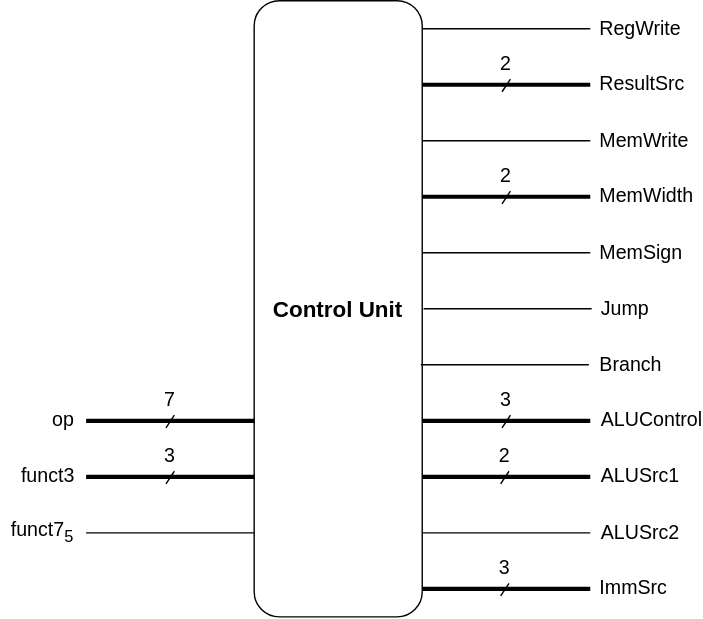
This is .github/pipelined_control_unit.svg from niumuzhi2004/risc-v-uvc, a draw.io export, as it was before one commit. Source tidied: cells renumbered, new cells last; positions are measured from the earlier drawing's top-left corner, leaving out a move shared by most shapes. Source of this version:
```xml
<mxGraphModel>
  <root>
    <mxCell id="0" />
    <mxCell id="1" parent="0" />
    <mxCell id="2" value="&lt;font style=&quot;font-size: 16px;&quot;&gt;&lt;b&gt;Control Unit&lt;/b&gt;&lt;/font&gt;" style="rounded=1;whiteSpace=wrap;html=1;" parent="1" vertex="1">
      <mxGeometry x="181" width="120" height="440" as="geometry" />
    </mxCell>
    <mxCell id="3" style="group;" parent="1" vertex="1">
      <mxGeometry x="11" y="270" width="140" height="44" as="geometry" />
    </mxCell>
    <mxCell id="4" style="endArrow=none;html=1;rounded=0;strokeWidth=3;" parent="3" edge="1">
      <mxGeometry relative="1" as="geometry">
        <mxPoint x="50" y="30" as="sourcePoint" />
        <mxPoint x="170" y="30" as="targetPoint" />
      </mxGeometry>
    </mxCell>
    <mxCell id="5" value="&lt;font&gt;op&lt;/font&gt;" style="text;html=1;whiteSpace=wrap;strokeColor=none;fillColor=none;align=center;verticalAlign=middle;rounded=0;fontSize=14;" parent="3" vertex="1">
      <mxGeometry x="4" y="14" width="60" height="30" as="geometry" />
    </mxCell>
    <mxCell id="6" value="&lt;font style=&quot;font-size: 14px;&quot;&gt;7&lt;/font&gt;" style="text;html=1;whiteSpace=wrap;strokeColor=none;fillColor=none;align=center;verticalAlign=middle;rounded=0;" parent="3" vertex="1">
      <mxGeometry x="80" width="60" height="30" as="geometry" />
    </mxCell>
    <mxCell id="7" style="endArrow=none;html=1;rounded=0;strokeWidth=1;" parent="3" edge="1">
      <mxGeometry relative="1" as="geometry">
        <mxPoint x="107" y="35" as="sourcePoint" />
        <mxPoint x="113" y="26" as="targetPoint" />
      </mxGeometry>
    </mxCell>
    <mxCell id="8" style="group;" parent="1" vertex="1">
      <mxGeometry x="11" y="310" width="140" height="44" as="geometry" />
    </mxCell>
    <mxCell id="9" style="endArrow=none;html=1;rounded=0;strokeWidth=3;" parent="8" edge="1">
      <mxGeometry relative="1" as="geometry">
        <mxPoint x="50" y="30" as="sourcePoint" />
        <mxPoint x="170" y="30" as="targetPoint" />
      </mxGeometry>
    </mxCell>
    <mxCell id="10" value="&lt;font&gt;funct3&lt;/font&gt;" style="text;html=1;whiteSpace=wrap;strokeColor=none;fillColor=none;align=center;verticalAlign=middle;rounded=0;fontSize=14;" parent="8" vertex="1">
      <mxGeometry x="-7" y="14" width="60" height="30" as="geometry" />
    </mxCell>
    <mxCell id="11" value="&lt;font style=&quot;font-size: 14px;&quot;&gt;3&lt;/font&gt;" style="text;html=1;whiteSpace=wrap;strokeColor=none;fillColor=none;align=center;verticalAlign=middle;rounded=0;" parent="8" vertex="1">
      <mxGeometry x="80" width="60" height="30" as="geometry" />
    </mxCell>
    <mxCell id="12" style="endArrow=none;html=1;rounded=0;strokeWidth=1;" parent="8" edge="1">
      <mxGeometry relative="1" as="geometry">
        <mxPoint x="107" y="35" as="sourcePoint" />
        <mxPoint x="113" y="26" as="targetPoint" />
      </mxGeometry>
    </mxCell>
    <mxCell id="13" style="group;" parent="1" vertex="1">
      <mxGeometry x="11" y="350" width="140" height="44" as="geometry" />
    </mxCell>
    <mxCell id="14" style="endArrow=none;html=1;rounded=0;strokeWidth=1;" parent="13" edge="1">
      <mxGeometry relative="1" as="geometry">
        <mxPoint x="50" y="30" as="sourcePoint" />
        <mxPoint x="170" y="30" as="targetPoint" />
      </mxGeometry>
    </mxCell>
    <mxCell id="15" value="&lt;font&gt;funct7&lt;sub&gt;5&lt;/sub&gt;&lt;/font&gt;" style="text;html=1;whiteSpace=wrap;strokeColor=none;fillColor=none;align=center;verticalAlign=middle;rounded=0;fontSize=14;" parent="13" vertex="1">
      <mxGeometry x="-11" y="14" width="60" height="30" as="geometry" />
    </mxCell>
    <mxCell id="16" value="&lt;font&gt;ResultSrc&lt;/font&gt;" style="text;html=1;whiteSpace=wrap;strokeColor=none;fillColor=none;align=left;verticalAlign=middle;rounded=0;fontSize=14;" parent="1" vertex="1">
      <mxGeometry x="426" y="44" width="60" height="30" as="geometry" />
    </mxCell>
    <mxCell id="17" style="group;" parent="1" vertex="1">
      <mxGeometry x="331" y="30" width="60" height="30" as="geometry" />
    </mxCell>
    <mxCell id="18" style="endArrow=none;html=1;rounded=0;strokeWidth=3;" parent="17" edge="1">
      <mxGeometry relative="1" as="geometry">
        <mxPoint x="-30" y="30" as="sourcePoint" />
        <mxPoint x="90" y="30" as="targetPoint" />
      </mxGeometry>
    </mxCell>
    <mxCell id="19" value="&lt;font style=&quot;font-size: 14px;&quot;&gt;2&lt;/font&gt;" style="text;html=1;whiteSpace=wrap;strokeColor=none;fillColor=none;align=center;verticalAlign=middle;rounded=0;" parent="17" vertex="1">
      <mxGeometry width="60" height="30" as="geometry" />
    </mxCell>
    <mxCell id="20" style="endArrow=none;html=1;rounded=0;strokeWidth=1;" parent="17" edge="1">
      <mxGeometry relative="1" as="geometry">
        <mxPoint x="27" y="35" as="sourcePoint" />
        <mxPoint x="33" y="26" as="targetPoint" />
      </mxGeometry>
    </mxCell>
    <mxCell id="21" style="group;" parent="1" vertex="1">
      <mxGeometry x="427" y="5" width="60" height="30" as="geometry" />
    </mxCell>
    <mxCell id="22" style="endArrow=none;html=1;rounded=0;strokeWidth=1;" parent="21" edge="1">
      <mxGeometry relative="1" as="geometry">
        <mxPoint x="-126" y="15" as="sourcePoint" />
        <mxPoint x="-6" y="15" as="targetPoint" />
      </mxGeometry>
    </mxCell>
    <mxCell id="23" value="RegWrite" style="text;html=1;whiteSpace=wrap;strokeColor=none;fillColor=none;align=center;verticalAlign=middle;rounded=0;fontSize=14;" parent="21" vertex="1">
      <mxGeometry width="60" height="30" as="geometry" />
    </mxCell>
    <mxCell id="24" style="group;align=left;" parent="1" vertex="1">
      <mxGeometry x="426" y="85" width="60" height="30" as="geometry" />
    </mxCell>
    <mxCell id="25" style="endArrow=none;html=1;rounded=0;strokeWidth=1;" parent="24" edge="1">
      <mxGeometry relative="1" as="geometry">
        <mxPoint x="-125" y="15" as="sourcePoint" />
        <mxPoint x="-5" y="15" as="targetPoint" />
      </mxGeometry>
    </mxCell>
    <mxCell id="26" value="MemWrite" style="text;html=1;whiteSpace=wrap;strokeColor=none;fillColor=none;align=left;verticalAlign=middle;rounded=0;fontSize=14;" parent="24" vertex="1">
      <mxGeometry width="60" height="30" as="geometry" />
    </mxCell>
    <mxCell id="27" style="group;align=left;" parent="1" vertex="1">
      <mxGeometry x="428" y="205" width="60" height="30" as="geometry" />
    </mxCell>
    <mxCell id="28" style="endArrow=none;html=1;rounded=0;strokeWidth=1;" parent="27" edge="1">
      <mxGeometry relative="1" as="geometry">
        <mxPoint x="-126" y="15" as="sourcePoint" />
        <mxPoint x="-6" y="15" as="targetPoint" />
      </mxGeometry>
    </mxCell>
    <mxCell id="29" value="Jump" style="text;html=1;whiteSpace=wrap;strokeColor=none;fillColor=none;align=left;verticalAlign=middle;rounded=0;fontSize=14;" parent="27" vertex="1">
      <mxGeometry x="-1" width="60" height="30" as="geometry" />
    </mxCell>
    <mxCell id="30" style="group;align=left;" parent="1" vertex="1">
      <mxGeometry x="426" y="245" width="60" height="30" as="geometry" />
    </mxCell>
    <mxCell id="31" style="endArrow=none;html=1;rounded=0;strokeWidth=1;" parent="30" edge="1">
      <mxGeometry relative="1" as="geometry">
        <mxPoint x="-126" y="15" as="sourcePoint" />
        <mxPoint x="-6" y="15" as="targetPoint" />
      </mxGeometry>
    </mxCell>
    <mxCell id="32" value="Branch" style="text;html=1;whiteSpace=wrap;strokeColor=none;fillColor=none;align=left;verticalAlign=middle;rounded=0;fontSize=14;" parent="30" vertex="1">
      <mxGeometry width="60" height="30" as="geometry" />
    </mxCell>
    <mxCell id="33" value="&lt;font&gt;ALUControl&lt;/font&gt;" style="text;html=1;whiteSpace=wrap;strokeColor=none;fillColor=none;align=left;verticalAlign=middle;rounded=0;fontSize=14;" parent="1" vertex="1">
      <mxGeometry x="427" y="284" width="60" height="30" as="geometry" />
    </mxCell>
    <mxCell id="34" style="group;" parent="1" vertex="1">
      <mxGeometry x="331" y="270" width="60" height="30" as="geometry" />
    </mxCell>
    <mxCell id="35" style="endArrow=none;html=1;rounded=0;strokeWidth=3;" parent="34" edge="1">
      <mxGeometry relative="1" as="geometry">
        <mxPoint x="-30" y="30" as="sourcePoint" />
        <mxPoint x="90" y="30" as="targetPoint" />
      </mxGeometry>
    </mxCell>
    <mxCell id="36" value="&lt;font style=&quot;font-size: 14px;&quot;&gt;3&lt;/font&gt;" style="text;html=1;whiteSpace=wrap;strokeColor=none;fillColor=none;align=center;verticalAlign=middle;rounded=0;" parent="34" vertex="1">
      <mxGeometry width="60" height="30" as="geometry" />
    </mxCell>
    <mxCell id="37" style="endArrow=none;html=1;rounded=0;strokeWidth=1;" parent="34" edge="1">
      <mxGeometry relative="1" as="geometry">
        <mxPoint x="27" y="35" as="sourcePoint" />
        <mxPoint x="33" y="26" as="targetPoint" />
      </mxGeometry>
    </mxCell>
    <mxCell id="38" style="group;align=left;" parent="1" vertex="1">
      <mxGeometry x="427" y="365" width="60" height="30" as="geometry" />
    </mxCell>
    <mxCell id="39" style="endArrow=none;html=1;rounded=0;strokeWidth=1;" parent="38" edge="1">
      <mxGeometry relative="1" as="geometry">
        <mxPoint x="-126" y="15" as="sourcePoint" />
        <mxPoint x="-6" y="15" as="targetPoint" />
      </mxGeometry>
    </mxCell>
    <mxCell id="40" value="ALUSrc2" style="text;html=1;whiteSpace=wrap;strokeColor=none;fillColor=none;align=left;verticalAlign=middle;rounded=0;fontSize=14;" parent="38" vertex="1">
      <mxGeometry width="60" height="30" as="geometry" />
    </mxCell>
    <mxCell id="41" value="&lt;font&gt;ImmSrc&lt;/font&gt;" style="text;html=1;whiteSpace=wrap;strokeColor=none;fillColor=none;align=left;verticalAlign=middle;rounded=0;fontSize=14;" parent="1" vertex="1">
      <mxGeometry x="426" y="404" width="60" height="30" as="geometry" />
    </mxCell>
    <mxCell id="42" style="group;" parent="1" vertex="1">
      <mxGeometry x="330" y="390" width="60" height="30" as="geometry" />
    </mxCell>
    <mxCell id="43" style="endArrow=none;html=1;rounded=0;strokeWidth=3;" parent="42" edge="1">
      <mxGeometry relative="1" as="geometry">
        <mxPoint x="-29" y="30" as="sourcePoint" />
        <mxPoint x="91" y="30" as="targetPoint" />
      </mxGeometry>
    </mxCell>
    <mxCell id="44" value="&lt;font style=&quot;font-size: 14px;&quot;&gt;3&lt;/font&gt;" style="text;html=1;whiteSpace=wrap;strokeColor=none;fillColor=none;align=center;verticalAlign=middle;rounded=0;" parent="42" vertex="1">
      <mxGeometry width="60" height="30" as="geometry" />
    </mxCell>
    <mxCell id="45" style="endArrow=none;html=1;rounded=0;strokeWidth=1;" parent="42" edge="1">
      <mxGeometry relative="1" as="geometry">
        <mxPoint x="27" y="35" as="sourcePoint" />
        <mxPoint x="33" y="26" as="targetPoint" />
      </mxGeometry>
    </mxCell>
    <mxCell id="46" value="&lt;font&gt;ALUSrc1&lt;/font&gt;" style="text;html=1;whiteSpace=wrap;strokeColor=none;fillColor=none;align=left;verticalAlign=middle;rounded=0;fontSize=14;" parent="1" vertex="1">
      <mxGeometry x="427" y="324" width="60" height="30" as="geometry" />
    </mxCell>
    <mxCell id="47" style="endArrow=none;html=1;rounded=0;strokeWidth=3;" parent="1" edge="1">
      <mxGeometry relative="1" as="geometry">
        <mxPoint x="301" y="340" as="sourcePoint" />
        <mxPoint x="421" y="340" as="targetPoint" />
      </mxGeometry>
    </mxCell>
    <mxCell id="48" value="&lt;font style=&quot;font-size: 14px;&quot;&gt;2&lt;/font&gt;" style="text;html=1;whiteSpace=wrap;strokeColor=none;fillColor=none;align=center;verticalAlign=middle;rounded=0;" parent="1" vertex="1">
      <mxGeometry x="330" y="310" width="60" height="30" as="geometry" />
    </mxCell>
    <mxCell id="49" style="endArrow=none;html=1;rounded=0;strokeWidth=1;" parent="1" edge="1">
      <mxGeometry relative="1" as="geometry">
        <mxPoint x="357" y="345" as="sourcePoint" />
        <mxPoint x="363" y="336" as="targetPoint" />
      </mxGeometry>
    </mxCell>
    <mxCell id="50" value="&lt;font&gt;MemWidth&lt;/font&gt;" style="text;html=1;whiteSpace=wrap;strokeColor=none;fillColor=none;align=left;verticalAlign=middle;rounded=0;fontSize=14;" parent="1" vertex="1">
      <mxGeometry x="426" y="124" width="60" height="30" as="geometry" />
    </mxCell>
    <mxCell id="51" style="endArrow=none;html=1;rounded=0;strokeWidth=3;" parent="1" edge="1">
      <mxGeometry relative="1" as="geometry">
        <mxPoint x="301" y="140" as="sourcePoint" />
        <mxPoint x="421" y="140" as="targetPoint" />
      </mxGeometry>
    </mxCell>
    <mxCell id="52" value="&lt;font style=&quot;font-size: 14px;&quot;&gt;2&lt;/font&gt;" style="text;html=1;whiteSpace=wrap;strokeColor=none;fillColor=none;align=center;verticalAlign=middle;rounded=0;" parent="1" vertex="1">
      <mxGeometry x="331" y="110" width="60" height="30" as="geometry" />
    </mxCell>
    <mxCell id="53" style="endArrow=none;html=1;rounded=0;strokeWidth=1;" parent="1" edge="1">
      <mxGeometry relative="1" as="geometry">
        <mxPoint x="358" y="145" as="sourcePoint" />
        <mxPoint x="364" y="136" as="targetPoint" />
      </mxGeometry>
    </mxCell>
    <mxCell id="54" style="endArrow=none;html=1;rounded=0;strokeWidth=1;" parent="1" edge="1">
      <mxGeometry relative="1" as="geometry">
        <mxPoint x="301" y="180" as="sourcePoint" />
        <mxPoint x="421" y="180" as="targetPoint" />
      </mxGeometry>
    </mxCell>
    <mxCell id="55" value="MemSign" style="text;html=1;whiteSpace=wrap;strokeColor=none;fillColor=none;align=left;verticalAlign=middle;rounded=0;fontSize=14;" parent="1" vertex="1">
      <mxGeometry x="426" y="165" width="60" height="30" as="geometry" />
    </mxCell>
  </root>
</mxGraphModel>
```
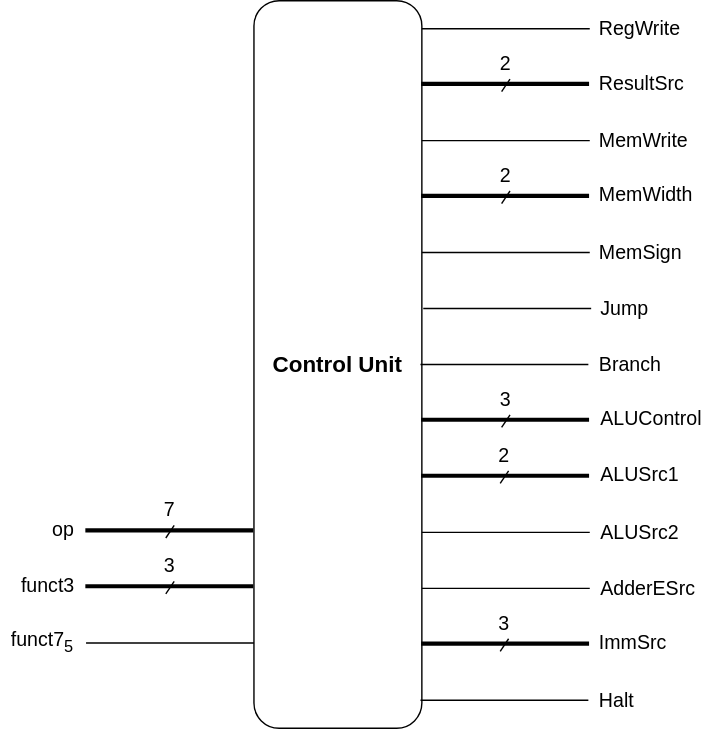
Later version of the same file.

Commit message:
added control unit

What changed in the source:
```diff
@@ -3,10 +3,10 @@
     <mxCell id="0" />
     <mxCell id="1" parent="0" />
     <mxCell id="2" value="&lt;font style=&quot;font-size: 16px;&quot;&gt;&lt;b&gt;Control Unit&lt;/b&gt;&lt;/font&gt;" style="rounded=1;whiteSpace=wrap;html=1;" parent="1" vertex="1">
-      <mxGeometry x="181" width="120" height="440" as="geometry" />
+      <mxGeometry x="181" width="120" height="520" as="geometry" />
     </mxCell>
     <mxCell id="3" style="group;" parent="1" vertex="1">
-      <mxGeometry x="11" y="270" width="140" height="44" as="geometry" />
+      <mxGeometry x="11" y="349" width="140" height="44" as="geometry" />
     </mxCell>
     <mxCell id="4" style="endArrow=none;html=1;rounded=0;strokeWidth=3;" parent="3" edge="1">
       <mxGeometry relative="1" as="geometry">
@@ -27,7 +27,7 @@
       </mxGeometry>
     </mxCell>
     <mxCell id="8" style="group;" parent="1" vertex="1">
-      <mxGeometry x="11" y="310" width="140" height="44" as="geometry" />
+      <mxGeometry x="11" y="389" width="140" height="44" as="geometry" />
     </mxCell>
     <mxCell id="9" style="endArrow=none;html=1;rounded=0;strokeWidth=3;" parent="8" edge="1">
       <mxGeometry relative="1" as="geometry">
@@ -48,7 +48,7 @@
       </mxGeometry>
     </mxCell>
     <mxCell id="13" style="group;" parent="1" vertex="1">
-      <mxGeometry x="11" y="350" width="140" height="44" as="geometry" />
+      <mxGeometry x="11" y="429" width="140" height="44" as="geometry" />
     </mxCell>
     <mxCell id="14" style="endArrow=none;html=1;rounded=0;strokeWidth=1;" parent="13" edge="1">
       <mxGeometry relative="1" as="geometry">
@@ -162,10 +162,10 @@
       <mxGeometry width="60" height="30" as="geometry" />
     </mxCell>
     <mxCell id="41" value="&lt;font&gt;ImmSrc&lt;/font&gt;" style="text;html=1;whiteSpace=wrap;strokeColor=none;fillColor=none;align=left;verticalAlign=middle;rounded=0;fontSize=14;" parent="1" vertex="1">
-      <mxGeometry x="426" y="404" width="60" height="30" as="geometry" />
+      <mxGeometry x="426" y="444" width="60" height="30" as="geometry" />
     </mxCell>
     <mxCell id="42" style="group;" parent="1" vertex="1">
-      <mxGeometry x="330" y="390" width="60" height="30" as="geometry" />
+      <mxGeometry x="330" y="430" width="60" height="30" as="geometry" />
     </mxCell>
     <mxCell id="43" style="endArrow=none;html=1;rounded=0;strokeWidth=3;" parent="42" edge="1">
       <mxGeometry relative="1" as="geometry">
@@ -227,5 +227,29 @@
     <mxCell id="55" value="MemSign" style="text;html=1;whiteSpace=wrap;strokeColor=none;fillColor=none;align=left;verticalAlign=middle;rounded=0;fontSize=14;" parent="1" vertex="1">
       <mxGeometry x="426" y="165" width="60" height="30" as="geometry" />
     </mxCell>
+    <mxCell id="56" style="group;align=left;" parent="1" vertex="1">
+      <mxGeometry x="427" y="405" width="60" height="30" as="geometry" />
+    </mxCell>
+    <mxCell id="57" style="endArrow=none;html=1;rounded=0;strokeWidth=1;" parent="56" edge="1">
+      <mxGeometry relative="1" as="geometry">
+        <mxPoint x="-126" y="15" as="sourcePoint" />
+        <mxPoint x="-6" y="15" as="targetPoint" />
+      </mxGeometry>
+    </mxCell>
+    <mxCell id="58" value="AdderESrc" style="text;html=1;whiteSpace=wrap;strokeColor=none;fillColor=none;align=left;verticalAlign=middle;rounded=0;fontSize=14;" parent="56" vertex="1">
+      <mxGeometry width="60" height="30" as="geometry" />
+    </mxCell>
+    <mxCell id="59" style="group;align=left;" parent="1" vertex="1">
+      <mxGeometry x="426" y="485" width="60" height="30" as="geometry" />
+    </mxCell>
+    <mxCell id="60" style="endArrow=none;html=1;rounded=0;strokeWidth=1;" parent="59" edge="1">
+      <mxGeometry relative="1" as="geometry">
+        <mxPoint x="-126" y="15" as="sourcePoint" />
+        <mxPoint x="-6" y="15" as="targetPoint" />
+      </mxGeometry>
+    </mxCell>
+    <mxCell id="61" value="Halt" style="text;html=1;whiteSpace=wrap;strokeColor=none;fillColor=none;align=left;verticalAlign=middle;rounded=0;fontSize=14;" parent="59" vertex="1">
+      <mxGeometry width="60" height="30" as="geometry" />
+    </mxCell>
   </root>
 </mxGraphModel>
```
